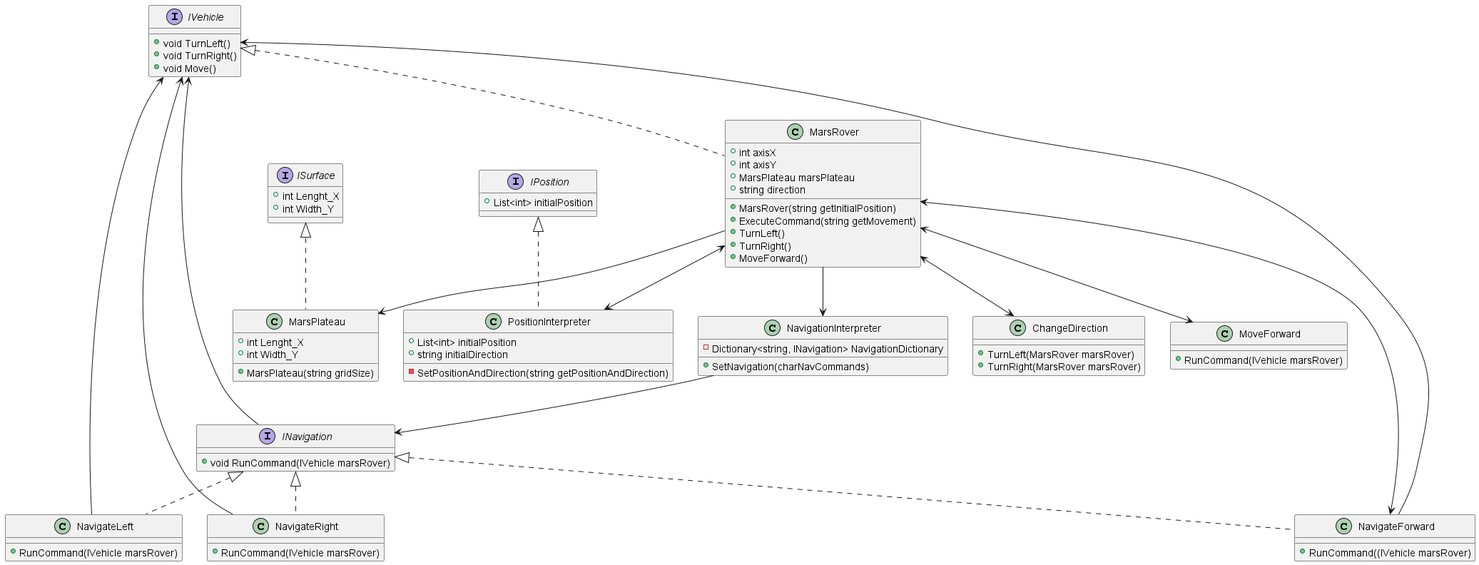
Before: Mars-Rover-Project/UML-Diagram/MarsRover_Kata_UML.png, a diagram exported from PlantUML (vahidkianfar/Mars-Rover-Project).
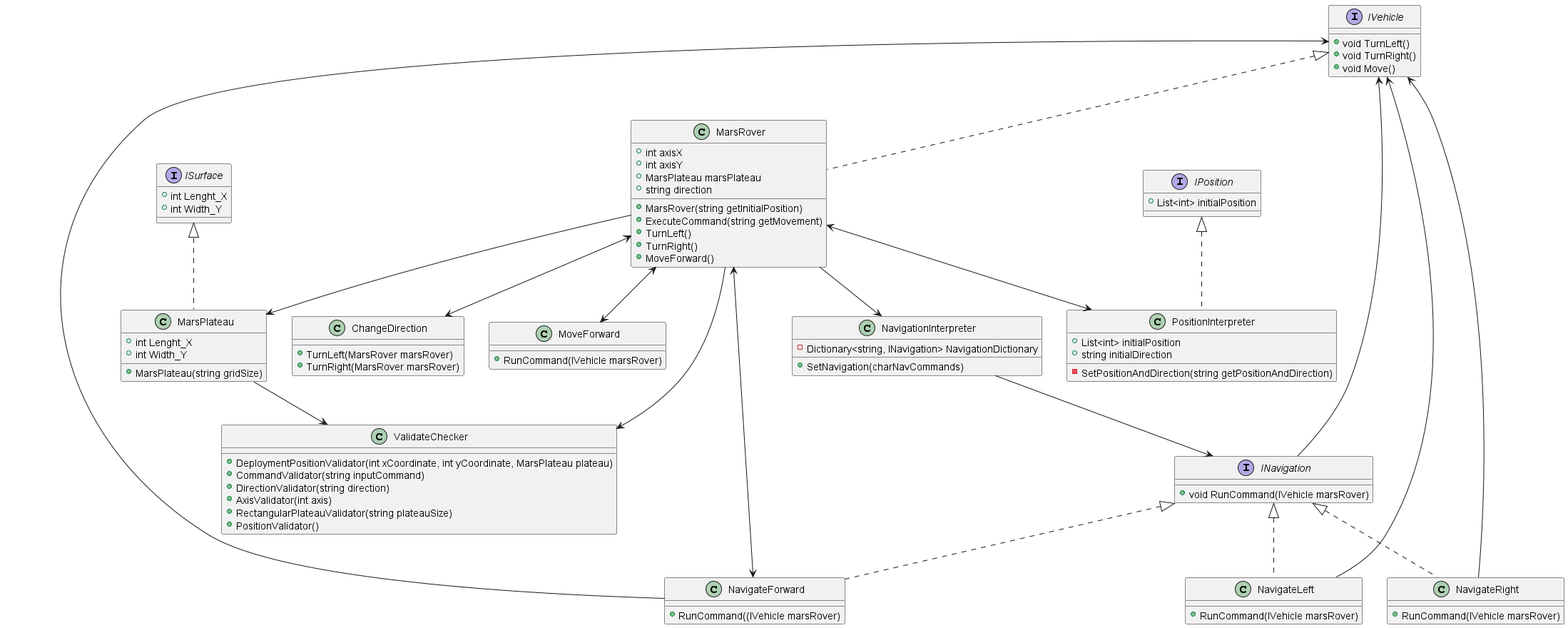
The same diagram one commit later.

Commit message:
Created "ValidateChecker" class and Interactive Menu.

What changed in the source:
```diff
@@ -75,13 +75,23 @@
 {
 + RunCommand(IVehicle marsRover)
 }
+class ValidateChecker
+{
++ DeploymentPositionValidator(int xCoordinate, int yCoordinate, MarsPlateau plateau)
++ CommandValidator(string inputCommand)
++ DirectionValidator(string direction)
++ AxisValidator(int axis)
++ RectangularPlateauValidator(string plateauSize)
++ PositionValidator()
+}
 INavigation --> IVehicle
 MarsRover <--> ChangeDirection
 MarsRover <--> MoveForward
+MarsRover <--> NavigateForward
+MarsRover <--> PositionInterpreter
 MarsRover --> MarsPlateau
-MarsRover <--> NavigateForward
 MarsRover --> NavigationInterpreter
-MarsRover <--> PositionInterpreter
+MarsRover --> ValidateChecker
 
 
 NavigateLeft --> IVehicle
@@ -89,6 +99,8 @@
 NavigateForward --> IVehicle
 
 NavigationInterpreter --> INavigation
+
+MarsPlateau --> ValidateChecker
 
 
 
```
